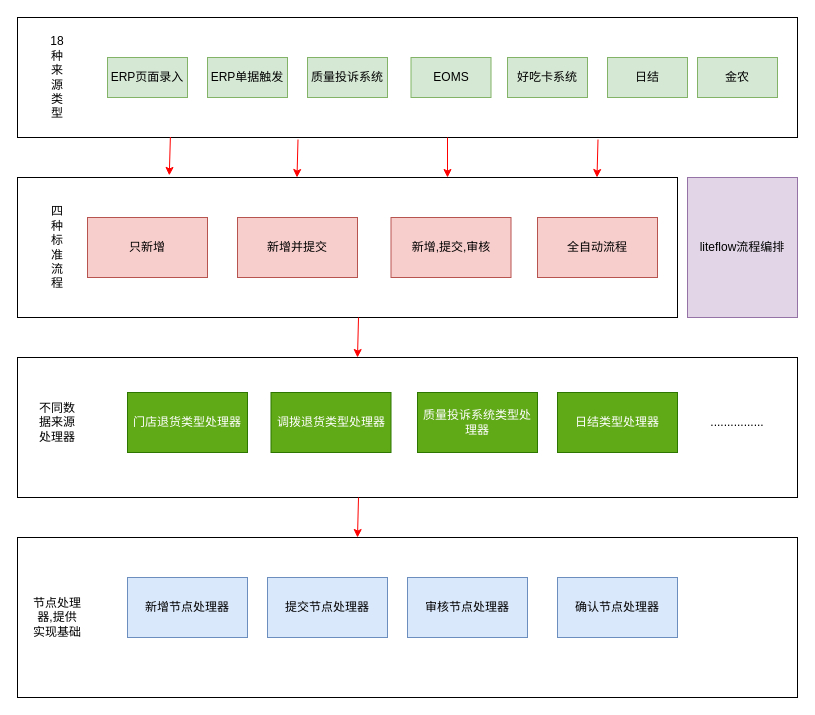
Earlier version of the draw.io diagram page "优化后代码结构框架" (7 of 13) of 销售退货中台化业务梳理图.drawio (fengj1202/draw). Source tidied: cells renumbered, new cells numbered last; positions are measured from the earlier drawing's top-left corner, leaving out a move shared by most shapes. Both pictures are drawn from the tidied source at 100%, with x=0, y=0 at pixel (17, 17).
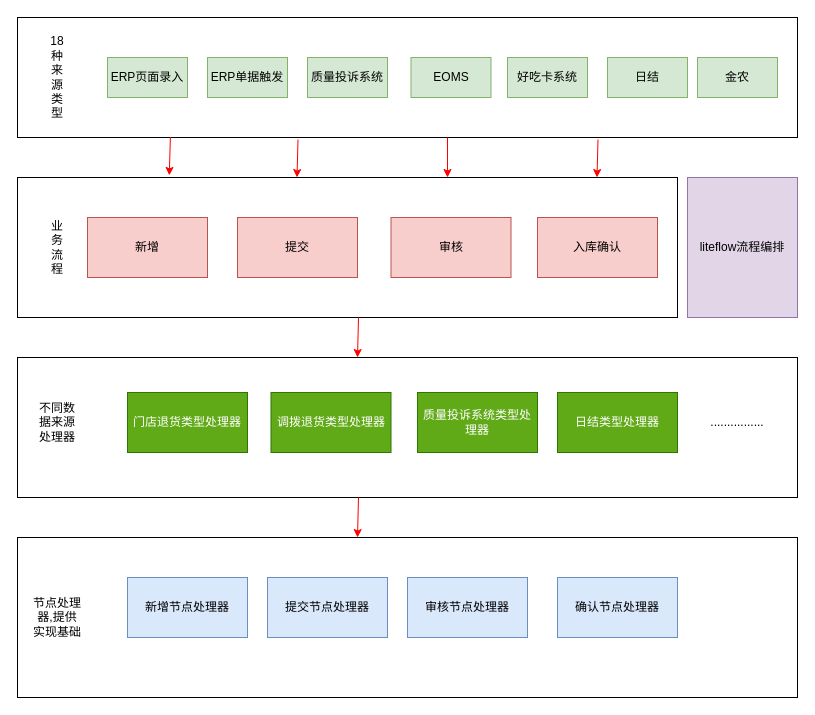
After the change.

Commit message:
更新销售退货中台化业务梳理图.drawio

Diff of the diagram source:
```diff
@@
-    <mxCell id="14" value="只新增" style="rounded=0;whiteSpace=wrap;html=1;fillColor=#f8cecc;strokeColor=#b85450;" parent="1" vertex="1">
+    <mxCell id="14" value="新增" style="rounded=0;whiteSpace=wrap;html=1;fillColor=#f8cecc;strokeColor=#b85450;" parent="1" vertex="1">
       <mxGeometry x="70" y="200" width="120" height="60" as="geometry" />
     </mxCell>
-    <mxCell id="15" value="新增并提交" style="rounded=0;whiteSpace=wrap;html=1;fillColor=#f8cecc;strokeColor=#b85450;" parent="1" vertex="1">
+    <mxCell id="15" value="提交" style="rounded=0;whiteSpace=wrap;html=1;fillColor=#f8cecc;strokeColor=#b85450;" parent="1" vertex="1">
       <mxGeometry x="220" y="200" width="120" height="60" as="geometry" />
     </mxCell>
-    <mxCell id="16" value="新增,提交,审核" style="rounded=0;whiteSpace=wrap;html=1;fillColor=#f8cecc;strokeColor=#b85450;" parent="1" vertex="1">
+    <mxCell id="16" value="审核" style="rounded=0;whiteSpace=wrap;html=1;fillColor=#f8cecc;strokeColor=#b85450;" parent="1" vertex="1">
       <mxGeometry x="373.5" y="200" width="120" height="60" as="geometry" />
     </mxCell>
-    <mxCell id="17" value="全自动流程" style="rounded=0;whiteSpace=wrap;html=1;fillColor=#f8cecc;strokeColor=#b85450;" parent="1" vertex="1">
+    <mxCell id="17" value="入库确认" style="rounded=0;whiteSpace=wrap;html=1;fillColor=#f8cecc;strokeColor=#b85450;" parent="1" vertex="1">
       <mxGeometry x="520" y="200" width="120" height="60" as="geometry" />
     </mxCell>
-    <mxCell id="18" value="四种标准流程" style="text;html=1;align=center;verticalAlign=middle;whiteSpace=wrap;rounded=0;" parent="1" vertex="1">
+    <mxCell id="18" value="业务流程" style="text;html=1;align=center;verticalAlign=middle;whiteSpace=wrap;rounded=0;" parent="1" vertex="1">
       <mxGeometry x="30" y="195" width="20" height="70" as="geometry" />
     </mxCell>
```
